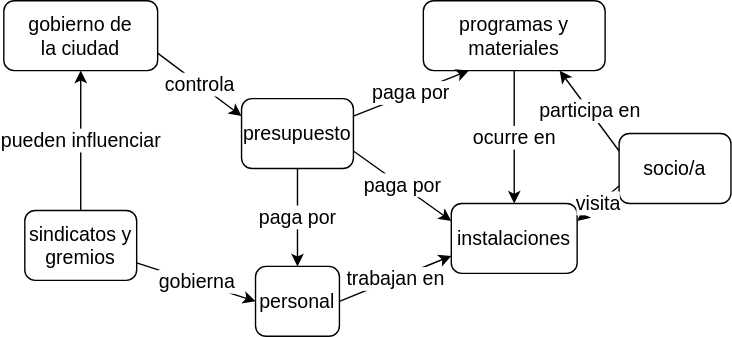
Before: es/figures/library-director-concept-map.svg, a diagram exported from draw.io (gvwilson/teachtogether.tech). Source tidied: cells renumbered, new cells last; positions are measured from the earlier drawing's top-left corner, leaving out a move shared by most shapes.
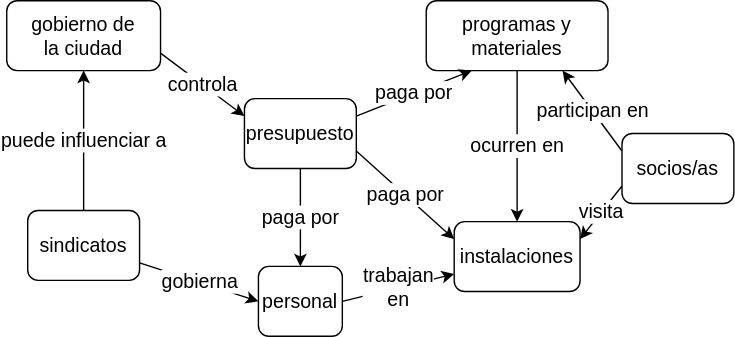
After the commit.

Commit message:
Library concept map update

second review

What changed in the source:
```diff
@@ -15,12 +15,12 @@
       <mxGeometry x="180" y="190" width="60" height="50" as="geometry" />
     </mxCell>
     <mxCell id="6" value="instalaciones" style="rounded=1;whiteSpace=wrap;html=1;fontSize=14;" parent="1" vertex="1">
-      <mxGeometry x="320" y="145" width="90" height="50" as="geometry" />
+      <mxGeometry x="320" y="158" width="90" height="50" as="geometry" />
     </mxCell>
-    <mxCell id="7" value="sindicatos y&lt;br&gt;gremios" style="rounded=1;whiteSpace=wrap;html=1;fontSize=14;" parent="1" vertex="1">
+    <mxCell id="7" value="sindicatos" style="rounded=1;whiteSpace=wrap;html=1;fontSize=14;" parent="1" vertex="1">
       <mxGeometry x="15" y="150" width="80" height="50" as="geometry" />
     </mxCell>
-    <mxCell id="8" value="socio/a" style="rounded=1;whiteSpace=wrap;html=1;fontSize=14;" parent="1" vertex="1">
+    <mxCell id="8" value="socios/as" style="rounded=1;whiteSpace=wrap;html=1;fontSize=14;" parent="1" vertex="1">
       <mxGeometry x="440" y="95" width="80" height="50" as="geometry" />
     </mxCell>
     <mxCell id="9" value="controla" style="endArrow=classic;html=1;entryX=0;entryY=0.25;entryDx=0;entryDy=0;exitX=1;exitY=0.75;exitDx=0;exitDy=0;fontSize=14;" parent="1" edge="1" source="2" target="4">
@@ -29,10 +29,10 @@
     <mxCell id="10" value="paga por" style="endArrow=classic;html=1;entryX=0.25;entryY=1;entryDx=0;entryDy=0;exitX=1;exitY=0.25;exitDx=0;exitDy=0;fontSize=14;" parent="1" edge="1" source="4" target="3">
       <mxGeometry relative="1" as="geometry" />
     </mxCell>
-    <mxCell id="11" value="ocurre en" style="endArrow=classic;html=1;entryX=0.5;entryY=0;entryDx=0;entryDy=0;exitX=0.5;exitY=1;exitDx=0;exitDy=0;fontSize=14;" parent="1" edge="1" source="3" target="6">
+    <mxCell id="11" value="ocurren en" style="endArrow=classic;html=1;entryX=0.5;entryY=0;entryDx=0;entryDy=0;exitX=0.5;exitY=1;exitDx=0;exitDy=0;fontSize=14;" parent="1" edge="1" source="3" target="6">
       <mxGeometry relative="1" as="geometry" />
     </mxCell>
-    <mxCell id="12" value="participa en" style="endArrow=classic;html=1;entryX=0.75;entryY=1;entryDx=0;entryDy=0;exitX=0;exitY=0.25;exitDx=0;exitDy=0;fontSize=14;" parent="1" edge="1" source="8" target="3">
+    <mxCell id="12" value="participan en" style="endArrow=classic;html=1;entryX=0.75;entryY=1;entryDx=0;entryDy=0;exitX=0;exitY=0.25;exitDx=0;exitDy=0;fontSize=14;" parent="1" edge="1" source="8" target="3">
       <mxGeometry relative="1" as="geometry" />
     </mxCell>
     <mxCell id="13" value="paga por" style="endArrow=classic;html=1;entryX=0;entryY=0.25;entryDx=0;entryDy=0;exitX=1;exitY=0.75;exitDx=0;exitDy=0;fontSize=14;" parent="1" edge="1" source="4" target="6">
@@ -41,13 +41,13 @@
     <mxCell id="14" value="visita" style="endArrow=classic;html=1;entryX=1;entryY=0.25;entryDx=0;entryDy=0;exitX=0;exitY=0.75;exitDx=0;exitDy=0;fontSize=14;" parent="1" edge="1" source="8" target="6">
       <mxGeometry relative="1" as="geometry" />
     </mxCell>
-    <mxCell id="15" value="trabajan en" style="endArrow=classic;html=1;entryX=0;entryY=0.75;entryDx=0;entryDy=0;exitX=1;exitY=0.5;exitDx=0;exitDy=0;fontSize=14;" parent="1" edge="1" source="5" target="6">
+    <mxCell id="15" value="trabajan&lt;br&gt;en" style="endArrow=classic;html=1;entryX=0;entryY=0.75;entryDx=0;entryDy=0;exitX=1;exitY=0.5;exitDx=0;exitDy=0;fontSize=14;" parent="1" edge="1" source="5" target="6">
       <mxGeometry relative="1" as="geometry" />
     </mxCell>
     <mxCell id="16" value="paga por" style="endArrow=classic;html=1;entryX=0.5;entryY=0;entryDx=0;entryDy=0;exitX=0.5;exitY=1;exitDx=0;exitDy=0;fontSize=14;" parent="1" edge="1" source="4" target="5">
       <mxGeometry relative="1" as="geometry" />
     </mxCell>
-    <mxCell id="17" value="pueden influenciar" style="endArrow=classic;html=1;exitX=0.5;exitY=0;exitDx=0;exitDy=0;entryX=0.5;entryY=1;entryDx=0;entryDy=0;fontSize=14;" parent="1" edge="1" source="7" target="2">
+    <mxCell id="17" value="puede influenciar a" style="endArrow=classic;html=1;exitX=0.5;exitY=0;exitDx=0;exitDy=0;entryX=0.5;entryY=1;entryDx=0;entryDy=0;fontSize=14;" parent="1" edge="1" source="7" target="2">
       <mxGeometry relative="1" as="geometry" />
     </mxCell>
     <mxCell id="18" value="gobierna" style="endArrow=classic;html=1;exitX=1;exitY=0.75;exitDx=0;exitDy=0;entryX=0;entryY=0.5;entryDx=0;entryDy=0;fontSize=14;" parent="1" edge="1" source="7" target="5">
```
